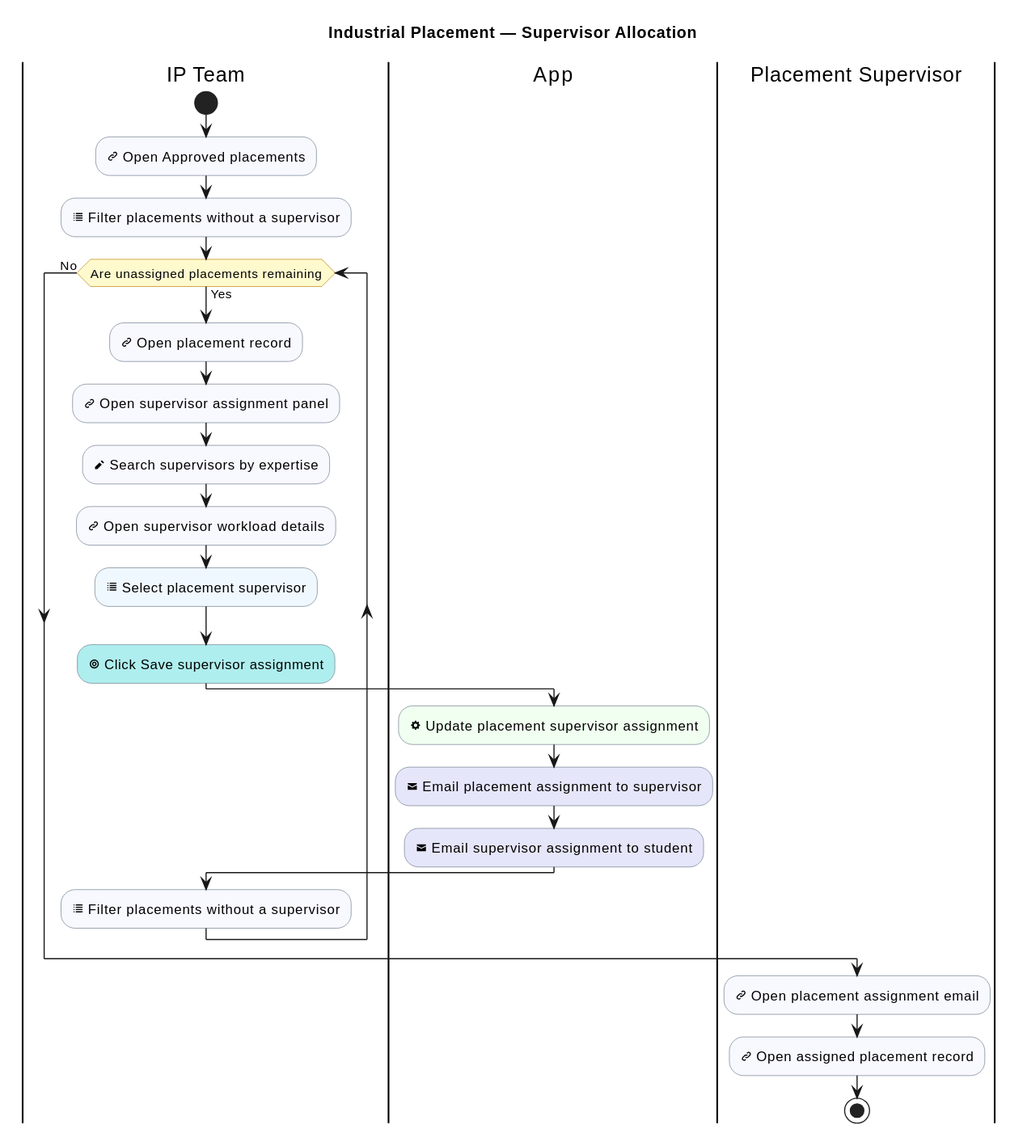
This is industrial-placement-group-project/diagrams/industrial-placement/supervisor-allocation.svg from sdflkjssl/sdflkjssl.github.io, a PlantUML export, as it was before one commit.
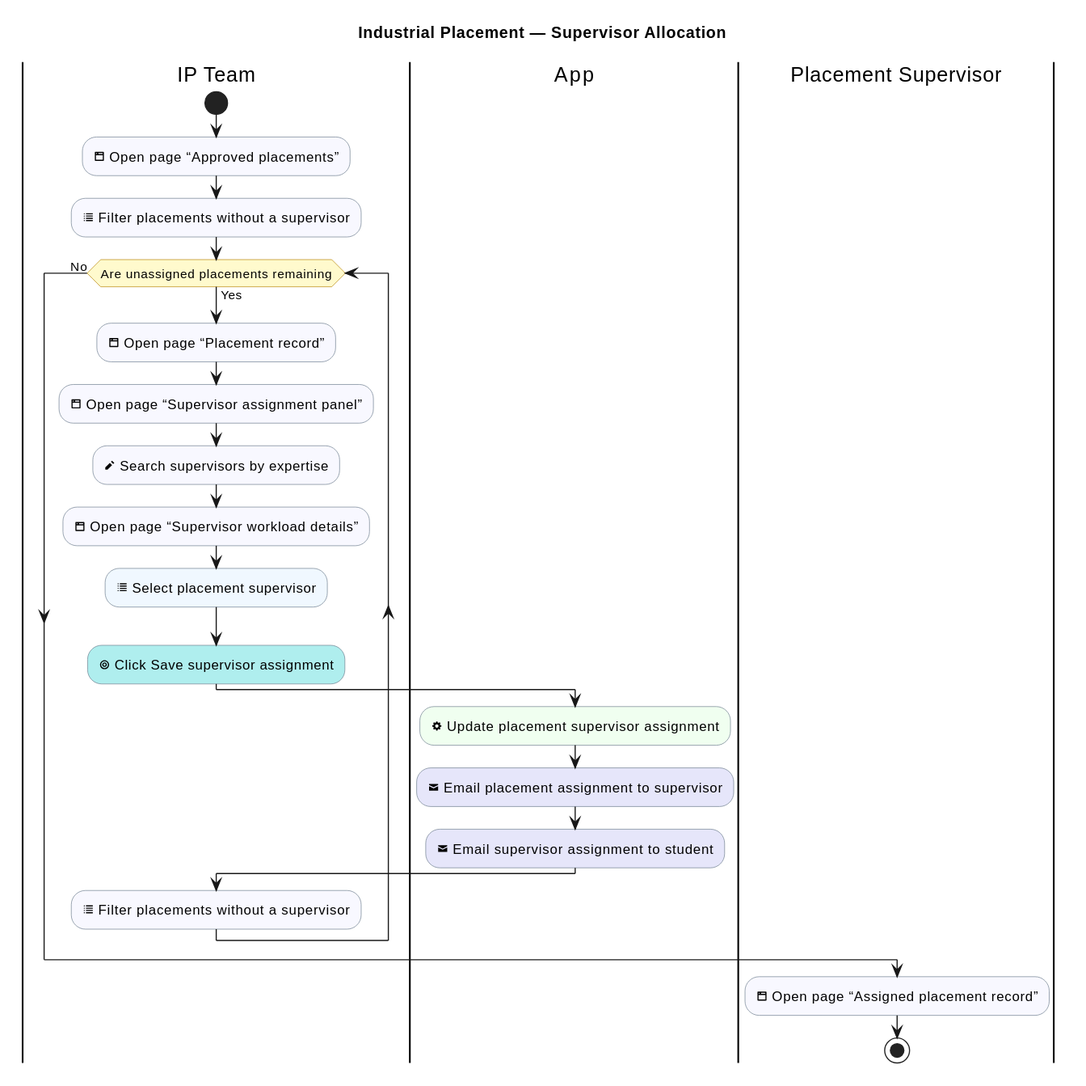
After the change.

Change to the diagram source:
```diff
@@ -13,13 +13,13 @@
 
 |IP Team|
 start
-:<&link-intact> Open Approved placements; <<#GhostWhite>>
+:<&browser> Open page “Approved placements”; <<#GhostWhite>>
 :<&list> Filter placements without a supervisor; <<#GhostWhite>>
 while (Are unassigned placements remaining) is (Yes)
-  :<&link-intact> Open placement record; <<#GhostWhite>>
-  :<&link-intact> Open supervisor assignment panel; <<#GhostWhite>>
+  :<&browser> Open page “Placement record”; <<#GhostWhite>>
+  :<&browser> Open page “Supervisor assignment panel”; <<#GhostWhite>>
   :<&pencil> Search supervisors by expertise; <<#GhostWhite>>
-  :<&link-intact> Open supervisor workload details; <<#GhostWhite>>
+  :<&browser> Open page “Supervisor workload details”; <<#GhostWhite>>
   :<&list> Select placement supervisor; <<#AliceBlue>>
   :<&target> Click Save supervisor assignment; <<#PaleTurquoise>>
   |App|
@@ -31,7 +31,6 @@
 endwhile (No)
 
 |Placement Supervisor|
-:<&link-intact> Open placement assignment email; <<#GhostWhite>>
-:<&link-intact> Open assigned placement record; <<#GhostWhite>>
+:<&browser> Open page “Assigned placement record”; <<#GhostWhite>>
 stop
 @enduml
```
